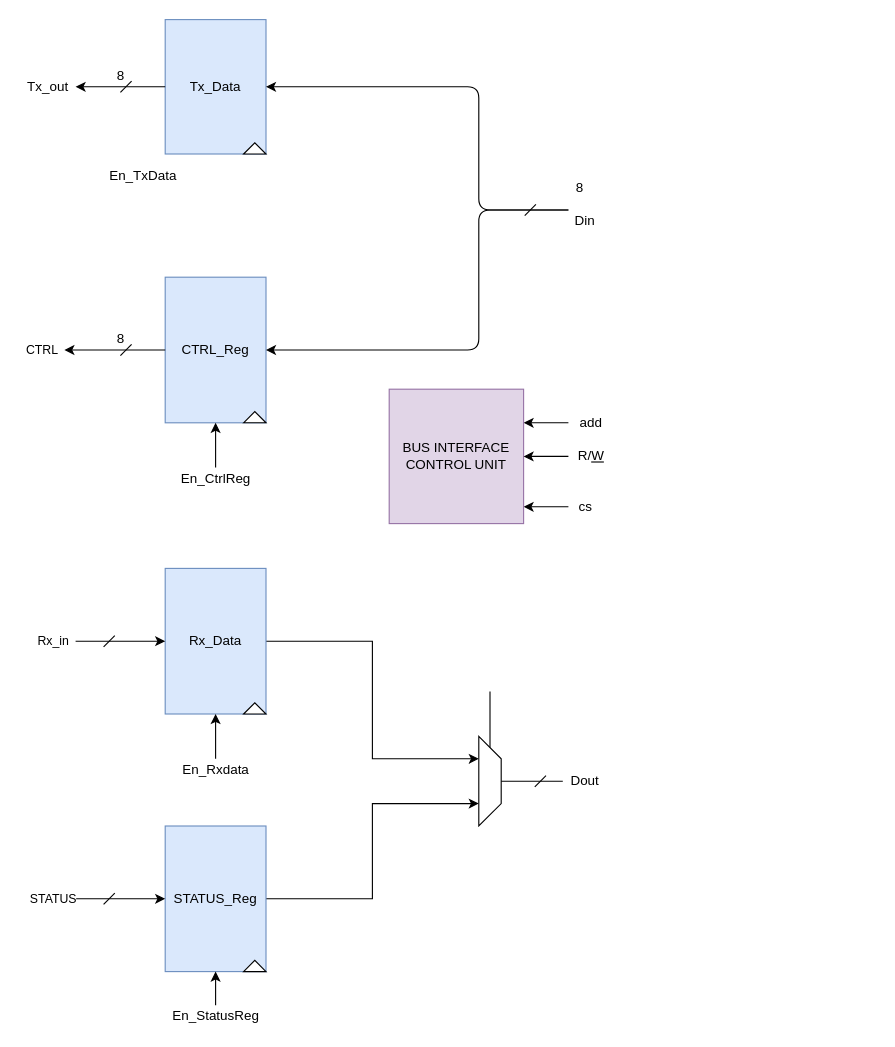
Before: labsRR/UART/report/draw_io/bus_interface_dp_v2.drawio in wackozz/SDI_20_21, a draw.io diagram. Source tidied: cells renumbered, new cells numbered last; positions are measured from the earlier drawing's top-left corner, leaving out a move shared by most shapes. Both pictures are drawn from the tidied source at 112%, with x=0, y=0 at pixel (19, 19).
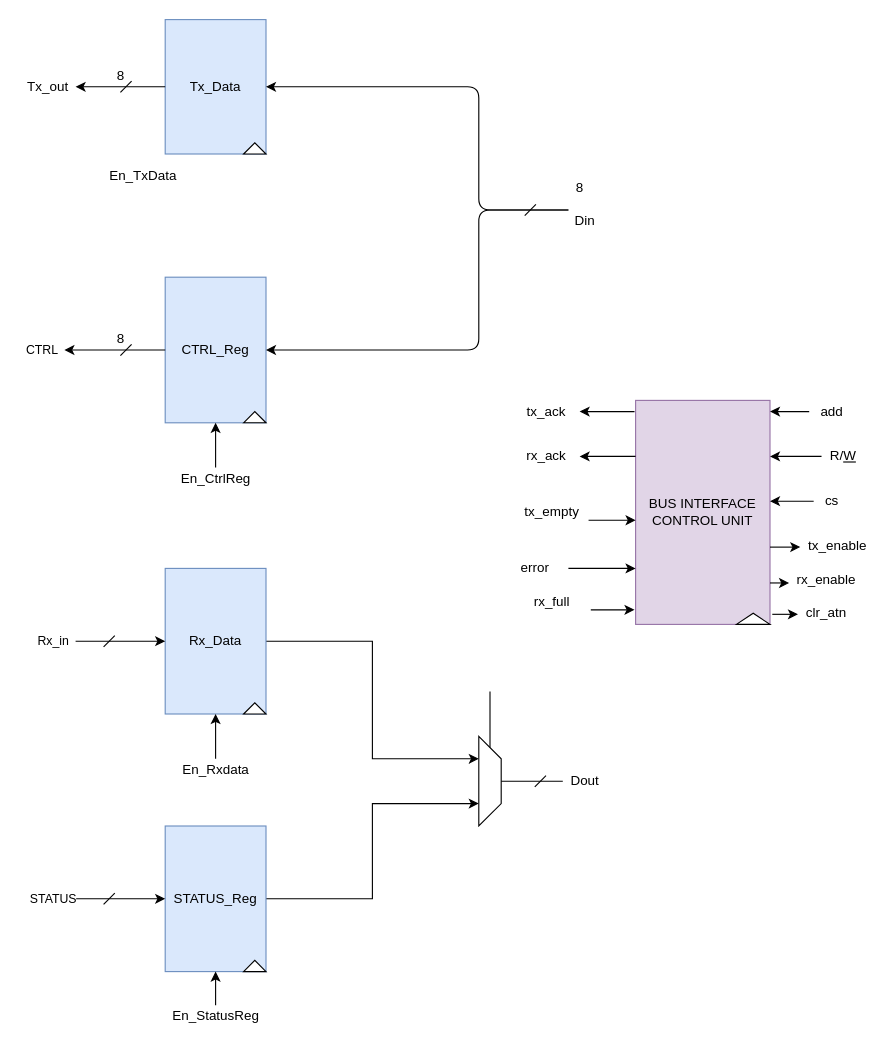
After the change.

Diff of the diagram source:
```diff
@@
-    <mxCell id="40" style="edgeStyle=orthogonalEdgeStyle;rounded=0;jumpSize=2;jettySize=auto;html=1;entryX=1;entryY=0.25;entryDx=0;entryDy=0;" parent="1" edge="1" source="41" target="44">
-      <mxGeometry relative="1" as="geometry" />
-    </mxCell>
     <mxCell id="41" value="add" style="text;html=1;align=center;verticalAlign=middle;points=[];" parent="1" vertex="1">
-      <mxGeometry x="490" y="350" width="40" height="20" as="geometry" />
+      <mxGeometry x="705" y="340" width="40" height="20" as="geometry" />
     </mxCell>
-    <mxCell id="42" style="edgeStyle=orthogonalEdgeStyle;rounded=0;jumpSize=2;jettySize=auto;html=1;entryX=1;entryY=0.875;entryDx=0;entryDy=0;entryPerimeter=0;" parent="1" edge="1" source="43" target="44">
-      <mxGeometry relative="1" as="geometry" />
-    </mxCell>
     <mxCell id="43" value="cs" style="text;html=1;align=center;verticalAlign=middle;points=[];" parent="1" vertex="1">
-      <mxGeometry x="490" y="425" width="30" height="20" as="geometry" />
+      <mxGeometry x="710" y="420" width="30" height="20" as="geometry" />
     </mxCell>
     <mxCell id="44" value="BUS INTERFACE&lt;br&gt;CONTROL UNIT" style="rounded=0;whiteSpace=wrap;html=1;fillColor=#e1d5e7;strokeColor=#9673a6;" parent="1" vertex="1">
-      <mxGeometry x="330" y="330" width="120" height="120" as="geometry" />
+      <mxGeometry x="550" y="340" width="120" height="200" as="geometry" />
     </mxCell>
-    <mxCell id="45" style="edgeStyle=orthogonalEdgeStyle;rounded=0;jumpSize=2;jettySize=auto;html=1;entryX=1;entryY=0.25;entryDx=0;entryDy=0;" parent="1" edge="1" source="46">
-      <mxGeometry relative="1" as="geometry">
-        <mxPoint x="450" y="390" as="targetPoint" />
-      </mxGeometry>
-    </mxCell>
     <mxCell id="46" value="R/&lt;u&gt;W&lt;/u&gt;" style="text;html=1;align=center;verticalAlign=middle;points=[];" parent="1" vertex="1">
-      <mxGeometry x="490" y="380" width="40" height="20" as="geometry" />
+      <mxGeometry x="715" y="380" width="40" height="20" as="geometry" />
     </mxCell>
+    <mxCell id="47" value="error" style="text;html=1;align=center;verticalAlign=middle;" parent="1" vertex="1">
+      <mxGeometry x="440" y="480" width="40" height="20" as="geometry" />
+    </mxCell>
+    <mxCell id="48" value="rx_full" style="text;html=1;align=center;verticalAlign=middle;" parent="1" vertex="1">
+      <mxGeometry x="450" y="510" width="50" height="20" as="geometry" />
+    </mxCell>
+    <mxCell id="49" value="tx_empty" style="text;html=1;align=center;verticalAlign=middle;points=[];" parent="1" vertex="1">
+      <mxGeometry x="445" y="430" width="60" height="20" as="geometry" />
+    </mxCell>
+    <mxCell id="50" value="tx_enable" style="text;html=1;align=center;verticalAlign=middle;points=[];" parent="1" vertex="1">
+      <mxGeometry x="695" y="460" width="70" height="20" as="geometry" />
+    </mxCell>
+    <mxCell id="51" value="rx_enable" style="text;html=1;align=center;verticalAlign=middle;points=[];" parent="1" vertex="1">
+      <mxGeometry x="685" y="490" width="70" height="20" as="geometry" />
+    </mxCell>
+    <mxCell id="52" value="clr_atn" style="text;html=1;align=center;verticalAlign=middle;points=[];" parent="1" vertex="1">
+      <mxGeometry x="695" y="520" width="50" height="20" as="geometry" />
+    </mxCell>
+    <mxCell id="53" value="tx_ack" style="text;html=1;align=center;verticalAlign=middle;" parent="1" vertex="1">
+      <mxGeometry x="445" y="340" width="50" height="20" as="geometry" />
+    </mxCell>
+    <mxCell id="54" value="rx_ack" style="text;html=1;align=center;verticalAlign=middle;" parent="1" vertex="1">
+      <mxGeometry x="445" y="380" width="50" height="20" as="geometry" />
+    </mxCell>
+    <mxCell id="55" style="endArrow=classic;html=1;" parent="1" edge="1" source="41">
+      <mxGeometry relative="1" as="geometry">
+        <mxPoint x="670" y="350" as="targetPoint" />
+      </mxGeometry>
+    </mxCell>
+    <mxCell id="56" style="endArrow=classic;html=1;entryX=1;entryY=0.25;entryDx=0;entryDy=0;" parent="1" edge="1" target="44">
+      <mxGeometry relative="1" as="geometry">
+        <mxPoint x="716" y="390" as="sourcePoint" />
+      </mxGeometry>
+    </mxCell>
+    <mxCell id="57" style="endArrow=classic;html=1;entryX=1;entryY=0.45;entryDx=0;entryDy=0;entryPerimeter=0;" parent="1" edge="1" target="44">
+      <mxGeometry relative="1" as="geometry">
+        <mxPoint x="709" y="430" as="sourcePoint" />
+      </mxGeometry>
+    </mxCell>
+    <mxCell id="58" style="endArrow=classic;html=1;entryX=0.029;entryY=0.55;entryDx=0;entryDy=0;entryPerimeter=0;" parent="1" edge="1" target="50">
+      <mxGeometry relative="1" as="geometry">
+        <mxPoint x="670" y="471" as="sourcePoint" />
+      </mxGeometry>
+    </mxCell>
+    <mxCell id="59" style="endArrow=classic;html=1;entryX=0.029;entryY=0.65;entryDx=0;entryDy=0;entryPerimeter=0;" parent="1" edge="1" target="51">
+      <mxGeometry relative="1" as="geometry">
+        <mxPoint x="670" y="503" as="sourcePoint" />
+      </mxGeometry>
+    </mxCell>
+    <mxCell id="60" style="endArrow=classic;html=1;entryX=0;entryY=0.55;entryDx=0;entryDy=0;entryPerimeter=0;exitX=1.017;exitY=0.955;exitDx=0;exitDy=0;exitPerimeter=0;" parent="1" edge="1" source="44" target="52">
+      <mxGeometry relative="1" as="geometry" />
+    </mxCell>
+    <mxCell id="61" style="endArrow=classic;html=1;exitX=-0.008;exitY=0.05;exitDx=0;exitDy=0;exitPerimeter=0;" parent="1" edge="1" source="44">
+      <mxGeometry relative="1" as="geometry">
+        <mxPoint x="500" y="350" as="targetPoint" />
+      </mxGeometry>
+    </mxCell>
+    <mxCell id="62" style="endArrow=classic;html=1;exitX=0;exitY=0.25;exitDx=0;exitDy=0;" parent="1" edge="1" source="44">
+      <mxGeometry relative="1" as="geometry">
+        <mxPoint x="500" y="390" as="targetPoint" />
+      </mxGeometry>
+    </mxCell>
+    <mxCell id="63" style="endArrow=classic;html=1;entryX=0;entryY=0.535;entryDx=0;entryDy=0;entryPerimeter=0;exitX=1.05;exitY=0.85;exitDx=0;exitDy=0;exitPerimeter=0;" parent="1" edge="1" source="49" target="44">
+      <mxGeometry relative="1" as="geometry" />
+    </mxCell>
+    <mxCell id="64" style="endArrow=classic;html=1;entryX=0;entryY=0.75;entryDx=0;entryDy=0;" parent="1" edge="1" target="44">
+      <mxGeometry relative="1" as="geometry">
+        <mxPoint x="490" y="490" as="sourcePoint" />
+      </mxGeometry>
+    </mxCell>
+    <mxCell id="65" style="endArrow=classic;html=1;entryX=-0.008;entryY=0.935;entryDx=0;entryDy=0;entryPerimeter=0;" parent="1" edge="1" target="44">
+      <mxGeometry relative="1" as="geometry">
+        <mxPoint x="510" y="527" as="sourcePoint" />
+      </mxGeometry>
+    </mxCell>
+    <mxCell id="66" style="triangle;whiteSpace=wrap;html=1;direction=north;" parent="1" vertex="1">
+      <mxGeometry x="640" y="530" width="30" height="10" as="geometry" />
+    </mxCell>
```
